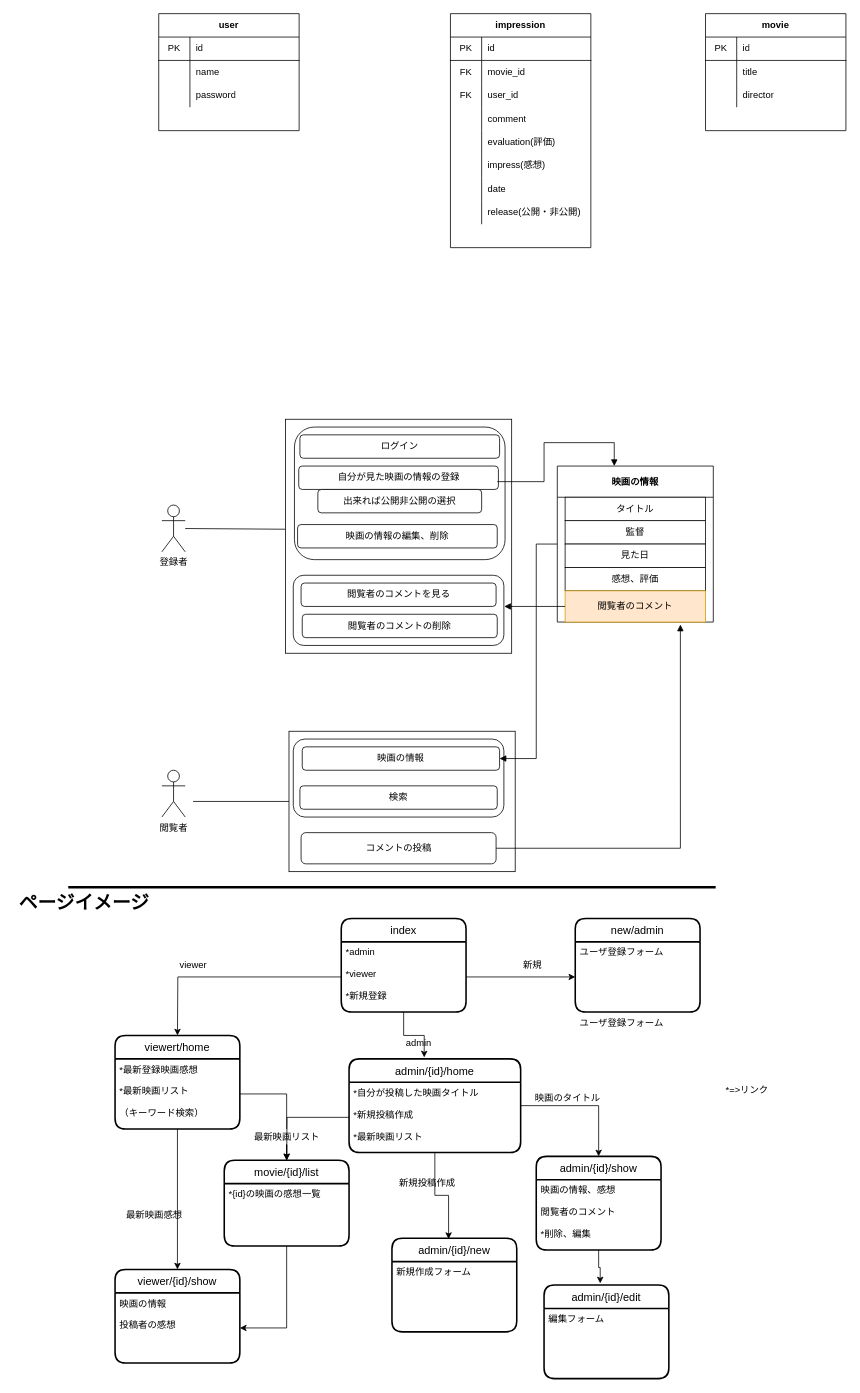
Earlier version of the draw.io diagram springboot課題usecase.drawio (ra05161112/springboot-movie). Source tidied: cells renumbered, new cells numbered last; positions are measured from the earlier drawing's top-left corner, leaving out a move shared by most shapes. Both pictures are drawn from the tidied source at 78%, with x=0, y=0 at pixel (13, 13).
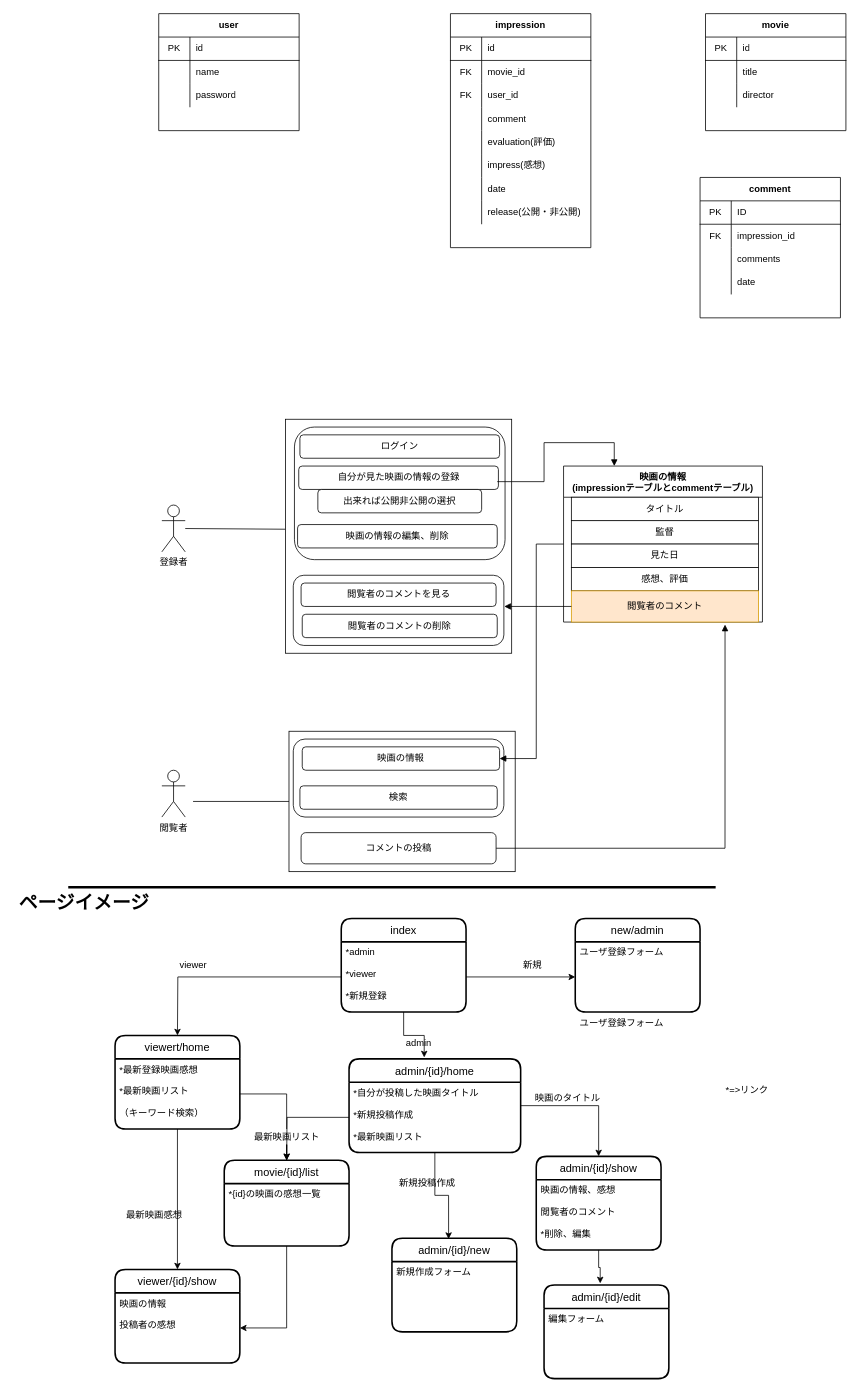
The same page after the edit.

Change to the diagram source:
```diff
@@
-    <mxCell id="24" value="映画の情報" style="swimlane;startSize=40;" parent="1" vertex="1">
-      <mxGeometry x="697" y="580" width="200" height="200" as="geometry" />
+    <mxCell id="24" value="映画の情報&#10;(impressionテーブルとcommentテーブル)" style="swimlane;startSize=40;" parent="1" vertex="1">
+      <mxGeometry x="705" y="580" width="255" height="200" as="geometry" />
     </mxCell>
     <mxCell id="25" value="監督" style="whiteSpace=wrap;html=1;" parent="24" vertex="1">
-      <mxGeometry x="10" y="70" width="180" height="30" as="geometry" />
+      <mxGeometry x="10" y="70" width="240" height="30" as="geometry" />
     </mxCell>
     <mxCell id="26" value="見た日" style="whiteSpace=wrap;html=1;" parent="24" vertex="1">
-      <mxGeometry x="10" y="100" width="180" height="30" as="geometry" />
+      <mxGeometry x="10" y="100" width="240" height="30" as="geometry" />
     </mxCell>
     <mxCell id="27" value="感想、評価" style="whiteSpace=wrap;html=1;" parent="24" vertex="1">
-      <mxGeometry x="10" y="130" width="180" height="30" as="geometry" />
+      <mxGeometry x="10" y="130" width="240" height="30" as="geometry" />
     </mxCell>
     <mxCell id="28" value="タイトル" style="whiteSpace=wrap;html=1;" parent="24" vertex="1">
-      <mxGeometry x="10" y="40" width="180" height="30" as="geometry" />
+      <mxGeometry x="10" y="40" width="240" height="30" as="geometry" />
     </mxCell>
@@
     <mxCell id="30" value="閲覧者のコメント" style="whiteSpace=wrap;html=1;fillColor=#ffe6cc;strokeColor=#d79b00;" parent="24" vertex="1">
-      <mxGeometry x="10" y="160" width="180" height="40" as="geometry" />
+      <mxGeometry x="10" y="160" width="240" height="40" as="geometry" />
     </mxCell>
@@
+    <mxCell id="117" value="comment" style="shape=table;html=1;whiteSpace=wrap;startSize=30;childLayout=tableLayout;rowLines=0;fontStyle=1;align=center;" parent="1" vertex="1">
+      <mxGeometry x="880" y="210" width="180" height="180" as="geometry" />
+    </mxCell>
+    <mxCell id="118" style="shape=partialRectangle;html=1;whiteSpace=wrap;fillColor=none;top=0;left=0;bottom=1;right=0;" parent="117" vertex="1">
+      <mxGeometry y="30" width="180" height="30" as="geometry" />
+    </mxCell>
+    <mxCell id="119" value="PK" style="shape=partialRectangle;html=1;whiteSpace=wrap;fillColor=none;top=0;left=0;bottom=0;right=0;overflow=hidden;" parent="118" vertex="1">
+      <mxGeometry width="40" height="30" as="geometry" />
+    </mxCell>
+    <mxCell id="120" value="ID" style="shape=partialRectangle;html=1;whiteSpace=wrap;fillColor=none;top=0;left=0;bottom=0;right=0;align=left;spacingLeft=6;overflow=hidden;" parent="118" vertex="1">
+      <mxGeometry x="40" width="140" height="30" as="geometry" />
+    </mxCell>
+    <mxCell id="121" style="shape=partialRectangle;html=1;whiteSpace=wrap;fillColor=none;top=0;left=0;bottom=0;right=0;" parent="117" vertex="1">
+      <mxGeometry y="60" width="180" height="30" as="geometry" />
+    </mxCell>
+    <mxCell id="122" value="FK" style="shape=partialRectangle;html=1;whiteSpace=wrap;fillColor=none;top=0;left=0;bottom=0;right=0;overflow=hidden;" parent="121" vertex="1">
+      <mxGeometry width="40" height="30" as="geometry" />
+    </mxCell>
+    <mxCell id="123" value="impression_id" style="shape=partialRectangle;html=1;whiteSpace=wrap;fillColor=none;top=0;left=0;bottom=0;right=0;align=left;spacingLeft=6;overflow=hidden;" parent="121" vertex="1">
+      <mxGeometry x="40" width="140" height="30" as="geometry" />
+    </mxCell>
+    <mxCell id="124" style="shape=partialRectangle;html=1;whiteSpace=wrap;fillColor=none;top=0;left=0;bottom=0;right=0;" parent="117" vertex="1">
+      <mxGeometry y="90" width="180" height="30" as="geometry" />
+    </mxCell>
+    <mxCell id="125" style="shape=partialRectangle;html=1;whiteSpace=wrap;fillColor=none;top=0;left=0;bottom=0;right=0;overflow=hidden;" parent="124" vertex="1">
+      <mxGeometry width="40" height="30" as="geometry" />
+    </mxCell>
+    <mxCell id="126" value="comments" style="shape=partialRectangle;html=1;whiteSpace=wrap;fillColor=none;top=0;left=0;bottom=0;right=0;align=left;spacingLeft=6;overflow=hidden;" parent="124" vertex="1">
+      <mxGeometry x="40" width="140" height="30" as="geometry" />
+    </mxCell>
+    <mxCell id="127" style="shape=partialRectangle;html=1;whiteSpace=wrap;fillColor=none;top=0;left=0;bottom=0;right=0;" parent="117" vertex="1">
+      <mxGeometry y="120" width="180" height="30" as="geometry" />
+    </mxCell>
+    <mxCell id="128" style="shape=partialRectangle;html=1;whiteSpace=wrap;fillColor=none;top=0;left=0;bottom=0;right=0;overflow=hidden;" parent="127" vertex="1">
+      <mxGeometry width="40" height="30" as="geometry" />
+    </mxCell>
+    <mxCell id="129" value="date" style="shape=partialRectangle;html=1;whiteSpace=wrap;fillColor=none;top=0;left=0;bottom=0;right=0;align=left;spacingLeft=6;overflow=hidden;" parent="127" vertex="1">
+      <mxGeometry x="40" width="140" height="30" as="geometry" />
+    </mxCell>
```
